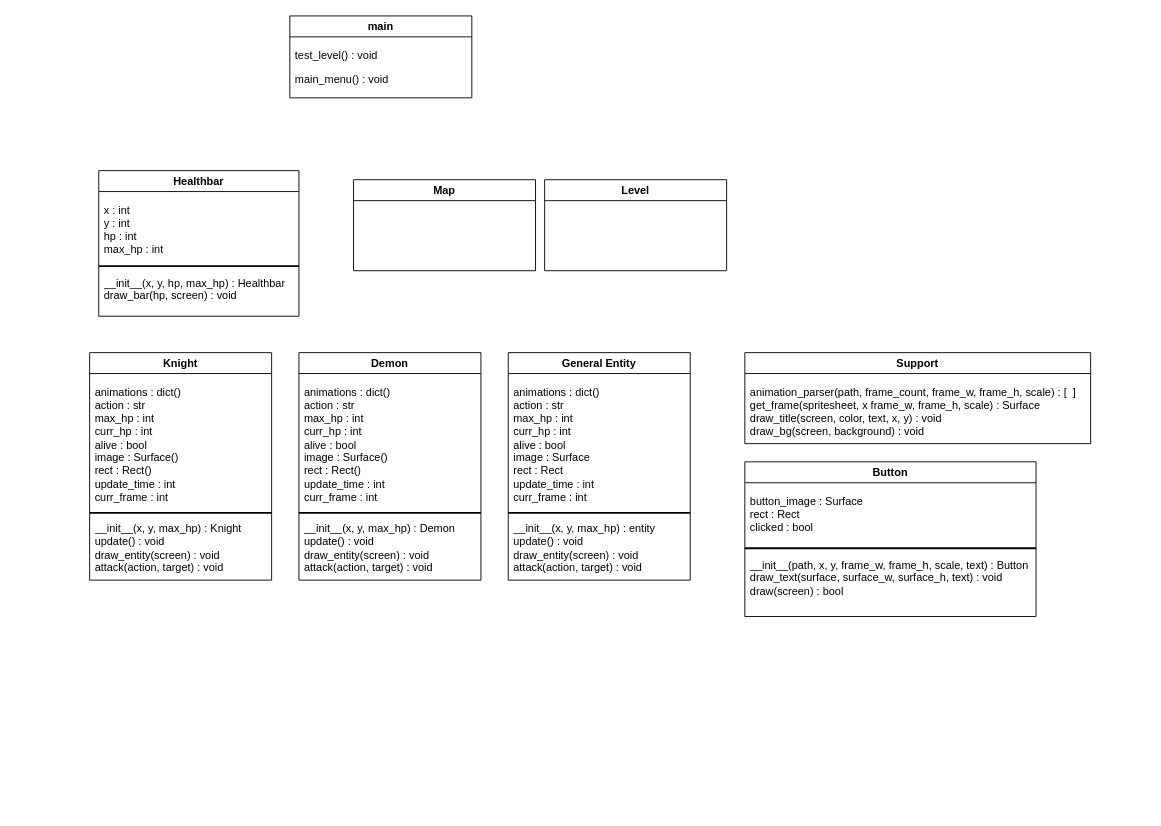
Before: Documentation/uml.drawio in hyp5253/CS210-Final-Project, a draw.io diagram. Source tidied: cells renumbered, new cells numbered last; positions are measured from the earlier drawing's top-left corner, leaving out a move shared by most shapes. Both pictures are drawn from the tidied source at 91%, with x=0, y=0 at pixel (89, 15).
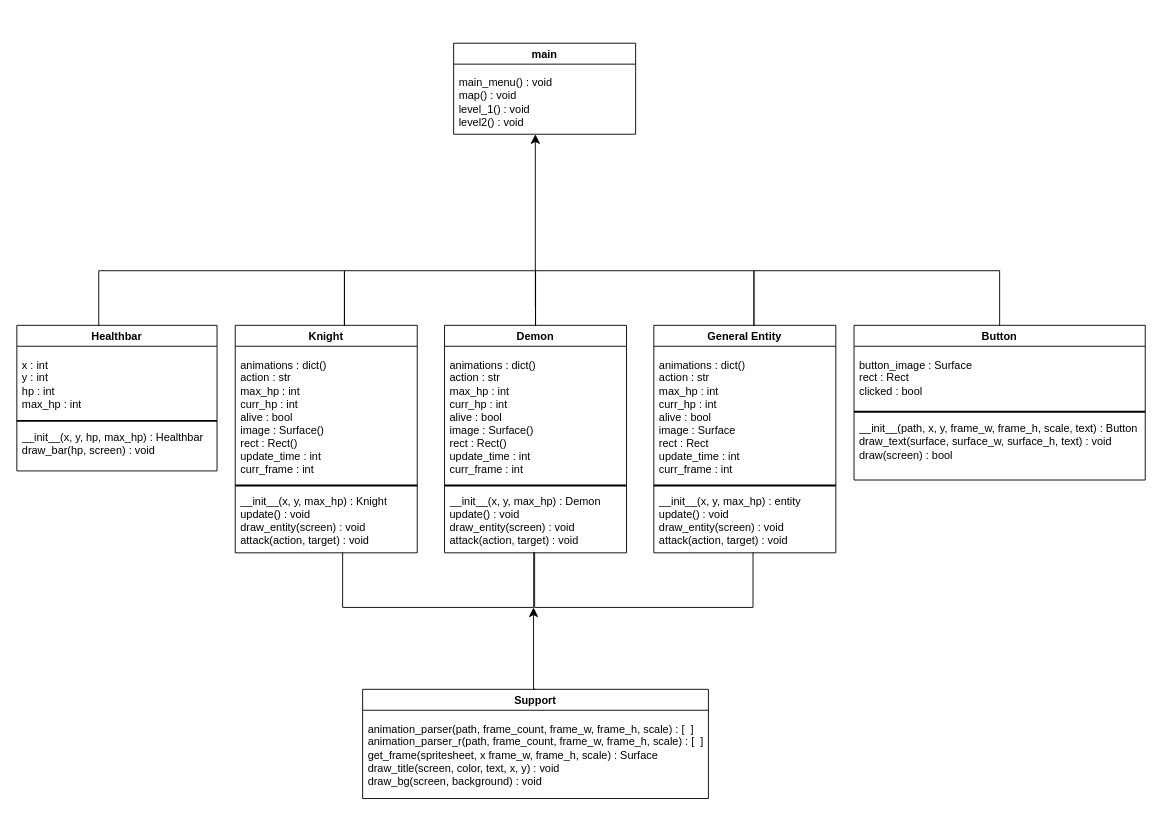
The same page after the edit.

The edit, as a diff of the source:
```diff
@@
     <mxCell id="2" value="main" style="swimlane;" parent="1" vertex="1">
-      <mxGeometry x="220" width="200" height="90" as="geometry" />
+      <mxGeometry x="400" y="30" width="200" height="100" as="geometry" />
     </mxCell>
-    <mxCell id="3" value="test_level() : void" style="text;strokeColor=none;fillColor=none;align=left;verticalAlign=top;spacingLeft=4;spacingRight=4;overflow=hidden;whiteSpace=wrap;html=1;" parent="2" vertex="1">
-      <mxGeometry y="30" width="200" height="26" as="geometry" />
-    </mxCell>
-    <mxCell id="4" value="main_menu() : void" style="text;strokeColor=none;fillColor=none;align=left;verticalAlign=top;spacingLeft=4;spacingRight=4;overflow=hidden;whiteSpace=wrap;html=1;" parent="2" vertex="1">
-      <mxGeometry y="56" width="200" height="26" as="geometry" />
-    </mxCell>
+    <mxCell id="28" value="main_menu() : void&lt;br&gt;map() : void&lt;br&gt;level_1() : void&amp;nbsp;&lt;br&gt;level2() : void" style="text;strokeColor=none;fillColor=none;align=left;verticalAlign=top;spacingLeft=4;spacingRight=4;overflow=hidden;whiteSpace=wrap;html=1;" parent="2" vertex="1">
+      <mxGeometry y="30" width="200" height="70" as="geometry" />
+    </mxCell>
     <mxCell id="5" value="Knight" style="swimlane;" parent="1" vertex="1">
-      <mxGeometry y="370" width="200" height="250" as="geometry" />
+      <mxGeometry x="160" y="340" width="200" height="250" as="geometry" />
     </mxCell>
@@
     <mxCell id="9" value="Demon" style="swimlane;" parent="1" vertex="1">
-      <mxGeometry x="230" y="370" width="200" height="250" as="geometry" />
+      <mxGeometry x="390" y="340" width="200" height="250" as="geometry" />
     </mxCell>
@@
     <mxCell id="13" value="General Entity" style="swimlane;" parent="1" vertex="1">
-      <mxGeometry x="460" y="370" width="200" height="250" as="geometry" />
+      <mxGeometry x="620" y="340" width="200" height="250" as="geometry" />
     </mxCell>
@@
     <mxCell id="17" value="Support" style="swimlane;" parent="1" vertex="1">
-      <mxGeometry x="720" y="370" width="380" height="100" as="geometry" />
+      <mxGeometry x="300" y="740" width="380" height="120" as="geometry" />
     </mxCell>
-    <mxCell id="18" value="animation_parser(path, frame_count, frame_w, frame_h, scale) : [&amp;nbsp; ]&amp;nbsp;&lt;br&gt;get_frame(spritesheet, x frame_w, frame_h, scale) : Surface&lt;br&gt;draw_title(screen, color, text, x, y) : void&lt;br&gt;draw_bg(screen, background) : void" style="text;strokeColor=none;fillColor=none;align=left;verticalAlign=top;spacingLeft=4;spacingRight=4;overflow=hidden;whiteSpace=wrap;html=1;" parent="17" vertex="1">
+    <mxCell id="18" value="animation_parser(path, frame_count, frame_w, frame_h, scale) : [&amp;nbsp; ]&amp;nbsp;&lt;br&gt;animation_parser_r(path, frame_count, frame_w, frame_h, scale) : [&amp;nbsp; ]&lt;br&gt;get_frame(spritesheet, x frame_w, frame_h, scale) : Surface&lt;br&gt;draw_title(screen, color, text, x, y) : void&lt;br&gt;draw_bg(screen, background) : void" style="text;strokeColor=none;fillColor=none;align=left;verticalAlign=top;spacingLeft=4;spacingRight=4;overflow=hidden;whiteSpace=wrap;html=1;" parent="17" vertex="1">
       <mxGeometry y="30" width="390" height="100" as="geometry" />
     </mxCell>
     <mxCell id="19" value="Button" style="swimlane;" parent="1" vertex="1">
-      <mxGeometry x="720" y="490" width="320" height="170" as="geometry" />
+      <mxGeometry x="840" y="340" width="320" height="170" as="geometry" />
     </mxCell>
@@
     <mxCell id="23" value="Healthbar" style="swimlane;" parent="1" vertex="1">
-      <mxGeometry x="10" y="170" width="220" height="160" as="geometry" />
+      <mxGeometry x="-80" y="340" width="220" height="160" as="geometry" />
     </mxCell>
@@
-    <mxCell id="27" value="Map" style="swimlane;" parent="1" vertex="1">
-      <mxGeometry x="290" y="180" width="200" height="100" as="geometry" />
-    </mxCell>
-    <mxCell id="28" value="Level" style="swimlane;" parent="1" vertex="1">
-      <mxGeometry x="500" y="180" width="200" height="100" as="geometry" />
-    </mxCell>
+    <mxCell id="29" style="shape=partialRectangle;whiteSpace=wrap;html=1;bottom=1;right=1;left=1;top=0;fillColor=none;routingCenterX=-0.5;rotation=-180;" parent="1" vertex="1">
+      <mxGeometry x="10" y="280" width="270" height="60" as="geometry" />
+    </mxCell>
+    <mxCell id="30" style="shape=partialRectangle;whiteSpace=wrap;html=1;bottom=1;right=1;left=1;top=0;fillColor=none;routingCenterX=-0.5;rotation=-180;" parent="1" vertex="1">
+      <mxGeometry x="280" y="280" width="210" height="60" as="geometry" />
+    </mxCell>
+    <mxCell id="31" style="shape=partialRectangle;whiteSpace=wrap;html=1;bottom=1;right=1;left=1;top=0;fillColor=none;routingCenterX=-0.5;rotation=-180;" parent="1" vertex="1">
+      <mxGeometry x="490" y="280" width="240" height="60" as="geometry" />
+    </mxCell>
+    <mxCell id="32" style="shape=partialRectangle;whiteSpace=wrap;html=1;bottom=1;right=1;left=1;top=0;fillColor=none;routingCenterX=-0.5;rotation=-180;" parent="1" vertex="1">
+      <mxGeometry x="730" y="280" width="270" height="60" as="geometry" />
+    </mxCell>
+    <mxCell id="33" style="edgeStyle=segmentEdgeStyle;endArrow=classic;html=1;curved=0;rounded=0;endSize=8;startSize=8;" parent="1" edge="1">
+      <mxGeometry relative="1" as="geometry">
+        <mxPoint x="489.8" y="320" as="sourcePoint" />
+        <mxPoint x="489.8" y="130" as="targetPoint" />
+        <Array as="points">
+          <mxPoint x="489.8" y="290" />
+        </Array>
+      </mxGeometry>
+    </mxCell>
+    <mxCell id="34" style="shape=partialRectangle;whiteSpace=wrap;html=1;bottom=1;right=1;left=1;top=0;fillColor=none;routingCenterX=-0.5;rotation=0;" parent="1" vertex="1">
+      <mxGeometry x="278" y="590" width="210" height="60" as="geometry" />
+    </mxCell>
+    <mxCell id="35" style="shape=partialRectangle;whiteSpace=wrap;html=1;bottom=1;right=1;left=1;top=0;fillColor=none;routingCenterX=-0.5;rotation=0;" parent="1" vertex="1">
+      <mxGeometry x="489" y="590" width="240" height="60" as="geometry" />
+    </mxCell>
+    <mxCell id="36" style="edgeStyle=segmentEdgeStyle;endArrow=classic;html=1;curved=0;rounded=0;endSize=8;startSize=8;exitX=0.5;exitY=0;exitDx=0;exitDy=0;" parent="1" edge="1" source="17">
+      <mxGeometry relative="1" as="geometry">
+        <mxPoint x="487.8" y="650" as="targetPoint" />
+      </mxGeometry>
+    </mxCell>
```
